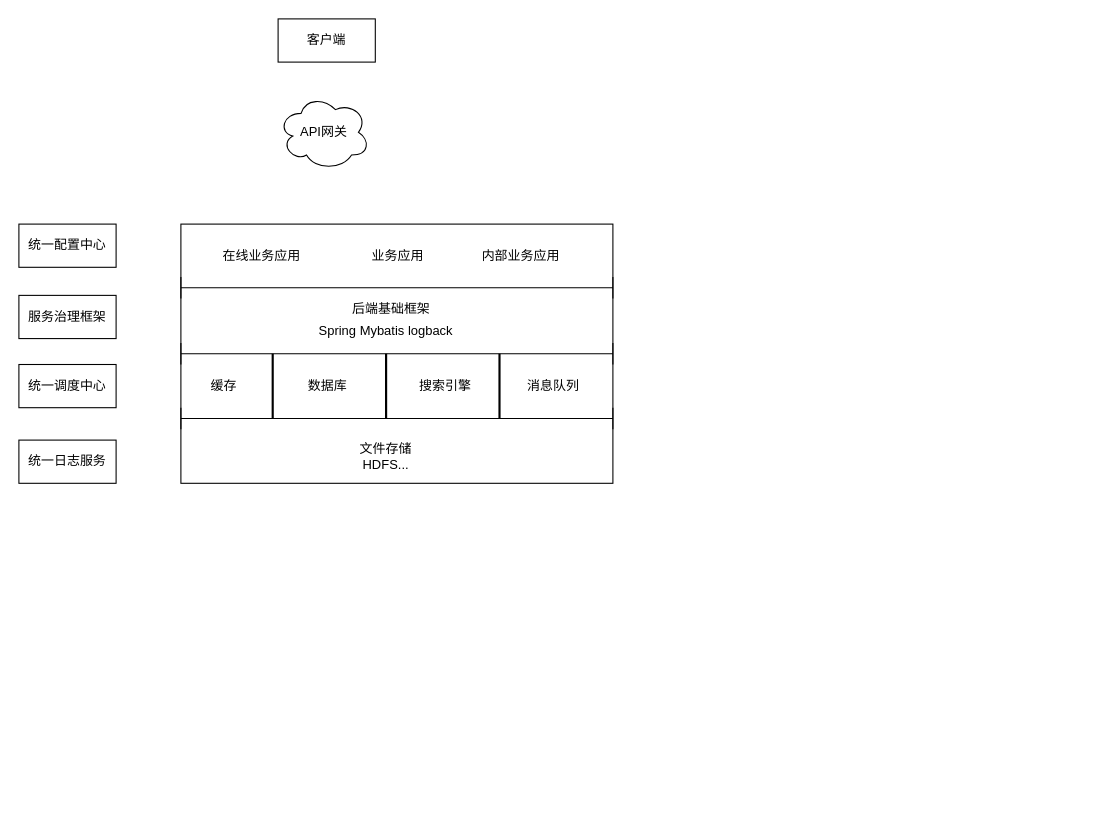
Before: Untitled Diagram.drawio in xianyuenan/Testgit, a draw.io diagram. Source tidied: cells renumbered, new cells numbered last; positions are measured from the earlier drawing's top-left corner, leaving out a move shared by most shapes. Both pictures are drawn from the tidied source at 108%, with x=0, y=0 at pixel (18, 18).
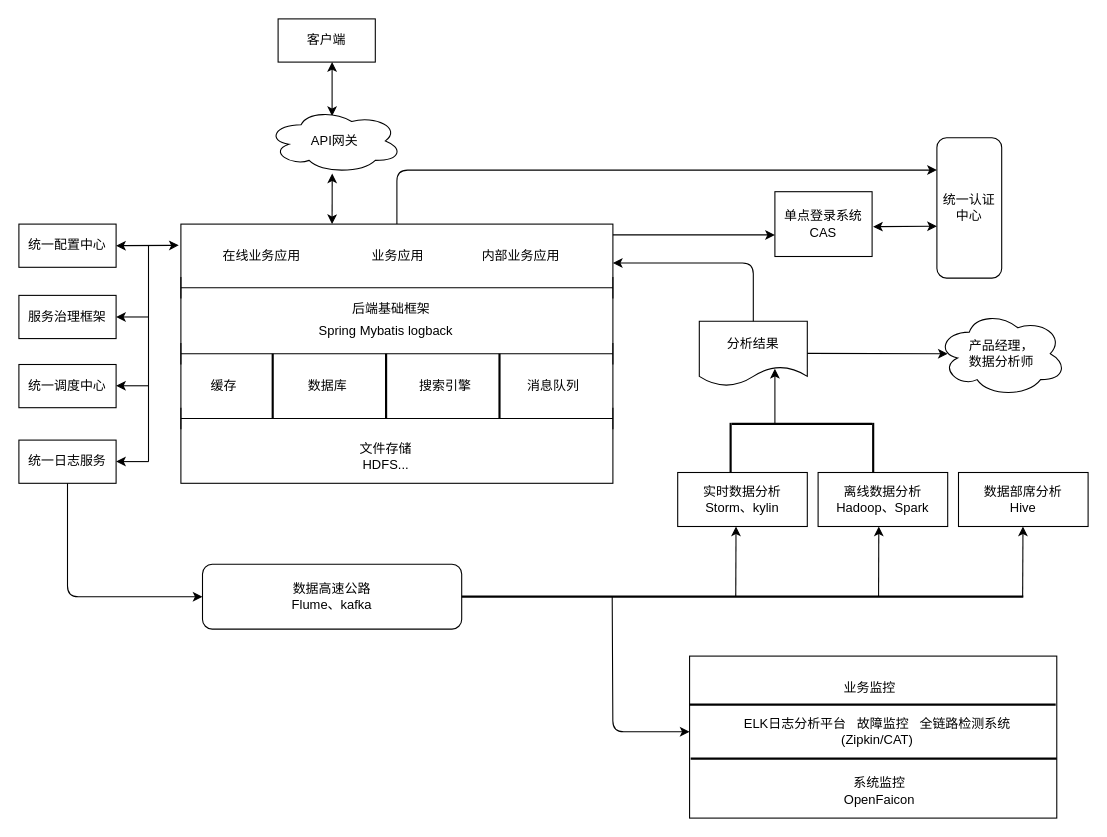
Above is the later version.

Unchanged cells that the change refers to:
```xml
<mxCell id="9" style="rounded=0;whiteSpace=wrap;html=1;" parent="8" vertex="1">
  <mxGeometry width="400" height="240" as="geometry" />
</mxCell>
```

Diff of the diagram source:
```diff
@@
+    <mxCell id="26" style="group;" parent="1" vertex="1">
+      <mxGeometry width="990" height="740" as="geometry" />
+    </mxCell>
-    <mxCell id="2" value="客户端" style="rounded=0;whiteSpace=wrap;html=1;" parent="1" vertex="1">
+    <mxCell id="2" value="客户端" style="rounded=0;whiteSpace=wrap;html=1;" parent="26" vertex="1">
       <mxGeometry x="240" width="90" height="40" as="geometry" />
     </mxCell>
-    <mxCell id="3" value="统一调度中心" style="rounded=0;whiteSpace=wrap;html=1;" parent="1" vertex="1">
+    <mxCell id="3" value="统一调度中心" style="rounded=0;whiteSpace=wrap;html=1;" parent="26" vertex="1">
       <mxGeometry y="320" width="90" height="40" as="geometry" />
     </mxCell>
-    <mxCell id="4" value="服务治理框架" style="rounded=0;whiteSpace=wrap;html=1;" parent="1" vertex="1">
+    <mxCell id="4" value="服务治理框架" style="rounded=0;whiteSpace=wrap;html=1;" parent="26" vertex="1">
       <mxGeometry y="256" width="90" height="40" as="geometry" />
     </mxCell>
-    <mxCell id="5" value="统一日志服务" style="rounded=0;whiteSpace=wrap;html=1;" parent="1" vertex="1">
+    <mxCell id="5" value="统一日志服务" style="rounded=0;whiteSpace=wrap;html=1;" parent="26" vertex="1">
       <mxGeometry y="390" width="90" height="40" as="geometry" />
     </mxCell>
-    <mxCell id="6" value="API网关" style="ellipse;shape=cloud;whiteSpace=wrap;html=1;" parent="1" vertex="1">
-      <mxGeometry x="240" y="70" width="85" height="70" as="geometry" />
-    </mxCell>
-    <mxCell id="7" value="统一配置中心" style="rounded=0;whiteSpace=wrap;html=1;" parent="1" vertex="1">
+    <mxCell id="7" value="统一配置中心" style="rounded=0;whiteSpace=wrap;html=1;" parent="26" vertex="1">
       <mxGeometry y="190" width="90" height="40" as="geometry" />
     </mxCell>
-    <mxCell id="8" style="group;" parent="1" vertex="1">
+    <mxCell id="8" style="group;" parent="26" vertex="1">
       <mxGeometry x="150" y="190" width="400" height="240" as="geometry" />
     </mxCell>
@@
+    <mxCell id="27" style="endArrow=classic;html=1;entryX=1;entryY=0.5;entryDx=0;entryDy=0;" parent="8" edge="1" target="4">
+      <mxGeometry relative="1" as="geometry">
+        <mxPoint x="-30" y="86" as="sourcePoint" />
+      </mxGeometry>
+    </mxCell>
+    <mxCell id="28" value="单点登录系统&lt;br&gt;CAS" style="rounded=0;whiteSpace=wrap;html=1;" parent="26" vertex="1">
+      <mxGeometry x="700" y="160" width="90" height="60" as="geometry" />
+    </mxCell>
+    <mxCell id="29" value="统一认证中心" style="rounded=1;whiteSpace=wrap;html=1;" parent="26" vertex="1">
+      <mxGeometry x="850" y="110" width="60" height="130" as="geometry" />
+    </mxCell>
+    <mxCell id="30" value="分析结果" style="shape=document;whiteSpace=wrap;html=1;boundedLbl=1;" parent="26" vertex="1">
+      <mxGeometry x="630" y="280" width="100" height="60" as="geometry" />
+    </mxCell>
+    <mxCell id="31" value="产品经理，&lt;br&gt;数据分析师" style="ellipse;shape=cloud;whiteSpace=wrap;html=1;" parent="26" vertex="1">
+      <mxGeometry x="850" y="270" width="120" height="80" as="geometry" />
+    </mxCell>
+    <mxCell id="32" value="实时数据分析&lt;br&gt;Storm、kylin" style="rounded=0;whiteSpace=wrap;html=1;" parent="26" vertex="1">
+      <mxGeometry x="610" y="420" width="120" height="50" as="geometry" />
+    </mxCell>
+    <mxCell id="33" value="离线数据分析&lt;br&gt;Hadoop、Spark" style="rounded=0;whiteSpace=wrap;html=1;" parent="26" vertex="1">
+      <mxGeometry x="740" y="420" width="120" height="50" as="geometry" />
+    </mxCell>
+    <mxCell id="34" value="数据部席分析&lt;br&gt;Hive" style="rounded=0;whiteSpace=wrap;html=1;" parent="26" vertex="1">
+      <mxGeometry x="870" y="420" width="120" height="50" as="geometry" />
+    </mxCell>
+    <mxCell id="35" style="endArrow=classic;startArrow=classic;html=1;exitX=0.588;exitY=0.286;exitDx=0;exitDy=0;exitPerimeter=0;" parent="26" edge="1">
+      <mxGeometry relative="1" as="geometry">
+        <mxPoint x="290" y="90" as="sourcePoint" />
+        <mxPoint x="290" y="40" as="targetPoint" />
+      </mxGeometry>
+    </mxCell>
+    <mxCell id="36" style="endArrow=classic;startArrow=classic;html=1;entryX=0.589;entryY=1.044;entryDx=0;entryDy=0;entryPerimeter=0;" parent="26" edge="1">
+      <mxGeometry relative="1" as="geometry">
+        <mxPoint x="290" y="190" as="sourcePoint" />
+        <mxPoint x="290.1" y="143.1" as="targetPoint" />
+      </mxGeometry>
+    </mxCell>
+    <mxCell id="6" value="API网关" style="ellipse;shape=cloud;whiteSpace=wrap;html=1;" parent="26" vertex="1">
+      <mxGeometry x="230" y="83" width="125" height="60" as="geometry" />
+    </mxCell>
+    <mxCell id="37" style="endArrow=classic;startArrow=classic;html=1;entryX=-0.005;entryY=0.082;entryDx=0;entryDy=0;entryPerimeter=0;" parent="26" edge="1" target="9">
+      <mxGeometry relative="1" as="geometry">
+        <mxPoint x="90" y="210" as="sourcePoint" />
+      </mxGeometry>
+    </mxCell>
+    <mxCell id="38" style="endArrow=none;html=1;" parent="26" edge="1">
+      <mxGeometry relative="1" as="geometry">
+        <mxPoint x="120" y="410" as="sourcePoint" />
+        <mxPoint x="120" y="210" as="targetPoint" />
+      </mxGeometry>
+    </mxCell>
+    <mxCell id="39" style="endArrow=classic;html=1;entryX=1;entryY=0.5;entryDx=0;entryDy=0;" parent="26" edge="1">
+      <mxGeometry relative="1" as="geometry">
+        <mxPoint x="120" y="339.7" as="sourcePoint" />
+        <mxPoint x="90" y="339.7" as="targetPoint" />
+      </mxGeometry>
+    </mxCell>
+    <mxCell id="40" style="endArrow=classic;html=1;entryX=1;entryY=0.5;entryDx=0;entryDy=0;" parent="26" edge="1">
+      <mxGeometry relative="1" as="geometry">
+        <mxPoint x="120" y="409.9" as="sourcePoint" />
+        <mxPoint x="90" y="409.9" as="targetPoint" />
+      </mxGeometry>
+    </mxCell>
+    <mxCell id="41" value="数据高速公路&lt;br&gt;Flume、kafka" style="rounded=1;whiteSpace=wrap;html=1;" parent="26" vertex="1">
+      <mxGeometry x="170" y="505" width="240" height="60" as="geometry" />
+    </mxCell>
+    <mxCell id="42" style="edgeStyle=elbowEdgeStyle;elbow=horizontal;endArrow=classic;html=1;exitX=0.5;exitY=1;exitDx=0;exitDy=0;" parent="26" edge="1" source="5">
+      <mxGeometry relative="1" as="geometry">
+        <mxPoint x="170" y="535" as="targetPoint" />
+        <Array as="points">
+          <mxPoint x="45" y="510" />
+        </Array>
+      </mxGeometry>
+    </mxCell>
+    <mxCell id="43" style="edgeStyle=elbowEdgeStyle;elbow=horizontal;endArrow=classic;html=1;" parent="26" edge="1">
+      <mxGeometry relative="1" as="geometry">
+        <mxPoint x="350" y="190" as="sourcePoint" />
+        <mxPoint x="850" y="140" as="targetPoint" />
+        <Array as="points">
+          <mxPoint x="350" y="170" />
+        </Array>
+      </mxGeometry>
+    </mxCell>
+    <mxCell id="44" style="endArrow=classic;html=1;" parent="26" edge="1">
+      <mxGeometry relative="1" as="geometry">
+        <mxPoint x="550" y="200" as="sourcePoint" />
+        <mxPoint x="700" y="200" as="targetPoint" />
+      </mxGeometry>
+    </mxCell>
+    <mxCell id="45" style="edgeStyle=elbowEdgeStyle;elbow=horizontal;endArrow=classic;html=1;entryX=1;entryY=0.15;entryDx=0;entryDy=0;entryPerimeter=0;exitX=0.5;exitY=0;exitDx=0;exitDy=0;" parent="26" edge="1" source="30" target="9">
+      <mxGeometry relative="1" as="geometry">
+        <Array as="points">
+          <mxPoint x="680" y="240" />
+        </Array>
+      </mxGeometry>
+    </mxCell>
+    <mxCell id="46" style="line;strokeWidth=2;html=1;" parent="26" vertex="1">
+      <mxGeometry x="660" y="370" width="130" height="10" as="geometry" />
+    </mxCell>
+    <mxCell id="47" style="line;strokeWidth=2;direction=south;html=1;" parent="26" vertex="1">
+      <mxGeometry x="654" y="374" width="10" height="46" as="geometry" />
+    </mxCell>
+    <mxCell id="48" style="line;strokeWidth=2;direction=south;html=1;" parent="26" vertex="1">
+      <mxGeometry x="786" y="374" width="10" height="46" as="geometry" />
+    </mxCell>
+    <mxCell id="49" style="endArrow=classic;html=1;exitX=0.308;exitY=0.514;exitDx=0;exitDy=0;exitPerimeter=0;" parent="26" edge="1" source="46">
+      <mxGeometry relative="1" as="geometry">
+        <mxPoint x="700" y="324" as="targetPoint" />
+      </mxGeometry>
+    </mxCell>
+    <mxCell id="50" style="line;strokeWidth=2;html=1;" parent="26" vertex="1">
+      <mxGeometry x="410" y="530" width="520" height="10" as="geometry" />
+    </mxCell>
+    <mxCell id="51" style="endArrow=classic;html=1;exitX=0.488;exitY=0.514;exitDx=0;exitDy=0;exitPerimeter=0;" parent="26" edge="1" source="50">
+      <mxGeometry relative="1" as="geometry">
+        <mxPoint x="664" y="470" as="targetPoint" />
+      </mxGeometry>
+    </mxCell>
+    <mxCell id="52" style="endArrow=classic;html=1;exitX=0.488;exitY=0.514;exitDx=0;exitDy=0;exitPerimeter=0;" parent="26" edge="1">
+      <mxGeometry relative="1" as="geometry">
+        <mxPoint x="796" y="535.1" as="sourcePoint" />
+        <mxPoint x="796.2" y="470" as="targetPoint" />
+      </mxGeometry>
+    </mxCell>
+    <mxCell id="53" style="endArrow=classic;html=1;exitX=0.488;exitY=0.514;exitDx=0;exitDy=0;exitPerimeter=0;" parent="26" edge="1">
+      <mxGeometry relative="1" as="geometry">
+        <mxPoint x="929.4" y="535.1" as="sourcePoint" />
+        <mxPoint x="929.7" y="470" as="targetPoint" />
+      </mxGeometry>
+    </mxCell>
+    <mxCell id="54" style="rounded=0;whiteSpace=wrap;html=1;" parent="26" vertex="1">
+      <mxGeometry x="621" y="590" width="340" height="150" as="geometry" />
+    </mxCell>
+    <mxCell id="55" style="endArrow=classic;html=1;" parent="26" edge="1">
+      <mxGeometry relative="1" as="geometry">
+        <mxPoint x="730" y="309.7" as="sourcePoint" />
+        <mxPoint x="860" y="310" as="targetPoint" />
+      </mxGeometry>
+    </mxCell>
+    <mxCell id="56" style="line;strokeWidth=2;html=1;" parent="26" vertex="1">
+      <mxGeometry x="621" y="630" width="339" height="10" as="geometry" />
+    </mxCell>
+    <mxCell id="57" style="line;strokeWidth=2;html=1;" parent="26" vertex="1">
+      <mxGeometry x="622" y="680" width="339" height="10" as="geometry" />
+    </mxCell>
+    <mxCell id="58" value="ELK日志分析平台&amp;nbsp; &amp;nbsp;故障监控&amp;nbsp; &amp;nbsp;全链路检测系统(Zipkin/CAT)" style="text;html=1;strokeColor=none;fillColor=none;align=center;verticalAlign=middle;whiteSpace=wrap;rounded=0;" parent="26" vertex="1">
+      <mxGeometry x="650" y="650" width="290" height="20" as="geometry" />
+    </mxCell>
+    <mxCell id="59" value="业务监控" style="text;html=1;strokeColor=none;fillColor=none;align=center;verticalAlign=middle;whiteSpace=wrap;rounded=0;" parent="26" vertex="1">
+      <mxGeometry x="756" y="610" width="64" height="20" as="geometry" />
+    </mxCell>
+    <mxCell id="60" value="系统监控&lt;br&gt;OpenFaicon" style="text;html=1;strokeColor=none;fillColor=none;align=center;verticalAlign=middle;whiteSpace=wrap;rounded=0;" parent="26" vertex="1">
+      <mxGeometry x="761" y="700" width="72" height="30" as="geometry" />
+    </mxCell>
+    <mxCell id="61" style="endArrow=classic;startArrow=classic;html=1;exitX=1.01;exitY=0.424;exitDx=0;exitDy=0;exitPerimeter=0;" parent="26" edge="1">
+      <mxGeometry relative="1" as="geometry">
+        <mxPoint x="790.9" y="192.4" as="sourcePoint" />
+        <mxPoint x="850" y="192" as="targetPoint" />
+      </mxGeometry>
+    </mxCell>
+    <mxCell id="62" style="edgeStyle=elbowEdgeStyle;elbow=horizontal;endArrow=classic;html=1;exitX=0.268;exitY=0.514;exitDx=0;exitDy=0;exitPerimeter=0;" parent="26" edge="1" source="50">
+      <mxGeometry relative="1" as="geometry">
+        <mxPoint x="621" y="660" as="targetPoint" />
+        <Array as="points">
+          <mxPoint x="550" y="680" />
+        </Array>
+      </mxGeometry>
+    </mxCell>
```
